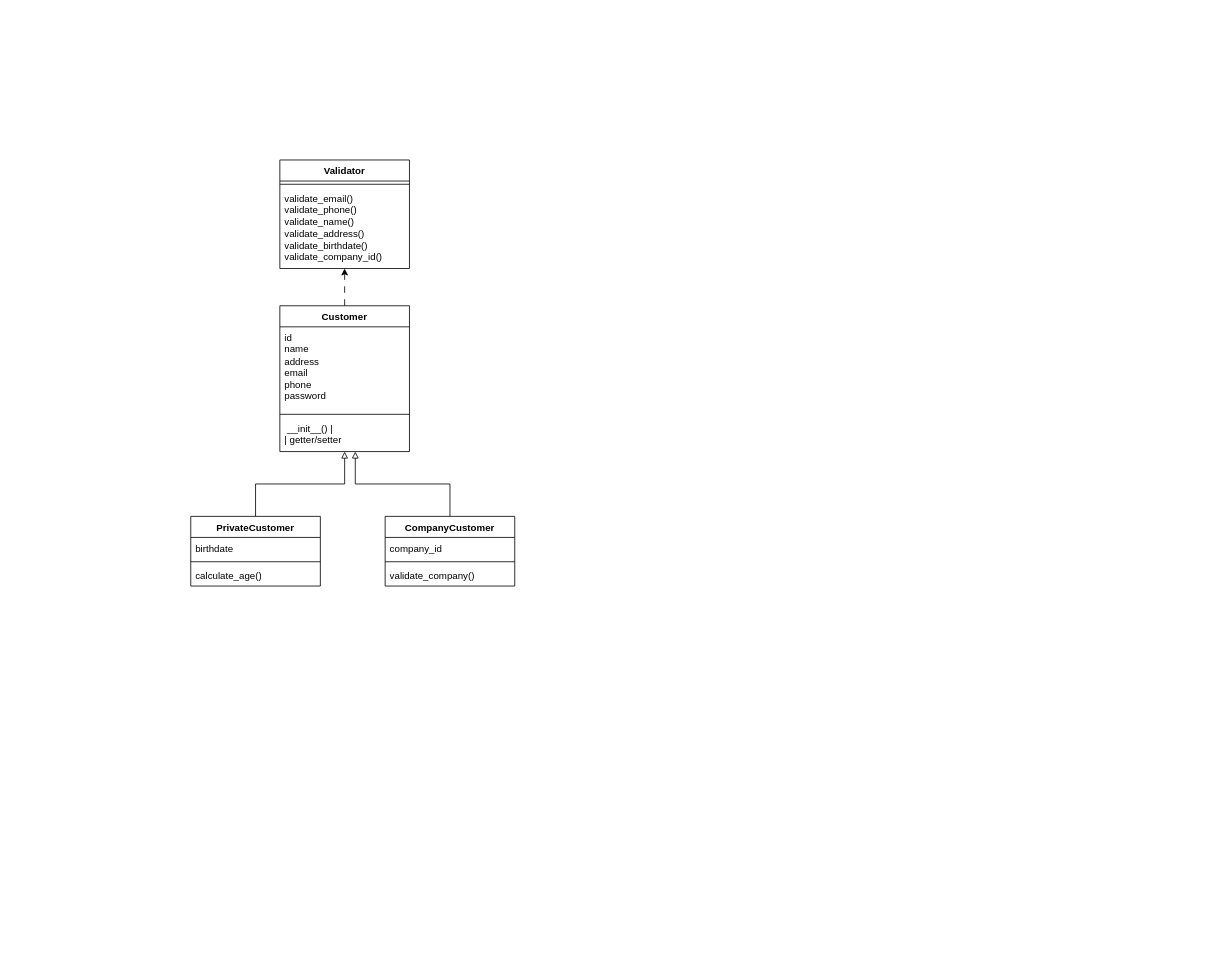
Before: warenwelt_shop/diagramms/Diagramm-Online-Shop-WarenWelt.drawio.xml in Motogna-Madalina/OOP-Python, a draw.io diagram. Source tidied: cells renumbered, new cells numbered last; positions are measured from the earlier drawing's top-left corner, leaving out a move shared by most shapes. Both pictures are drawn from the tidied source at 81%, with x=0, y=0 at pixel (190, 160).
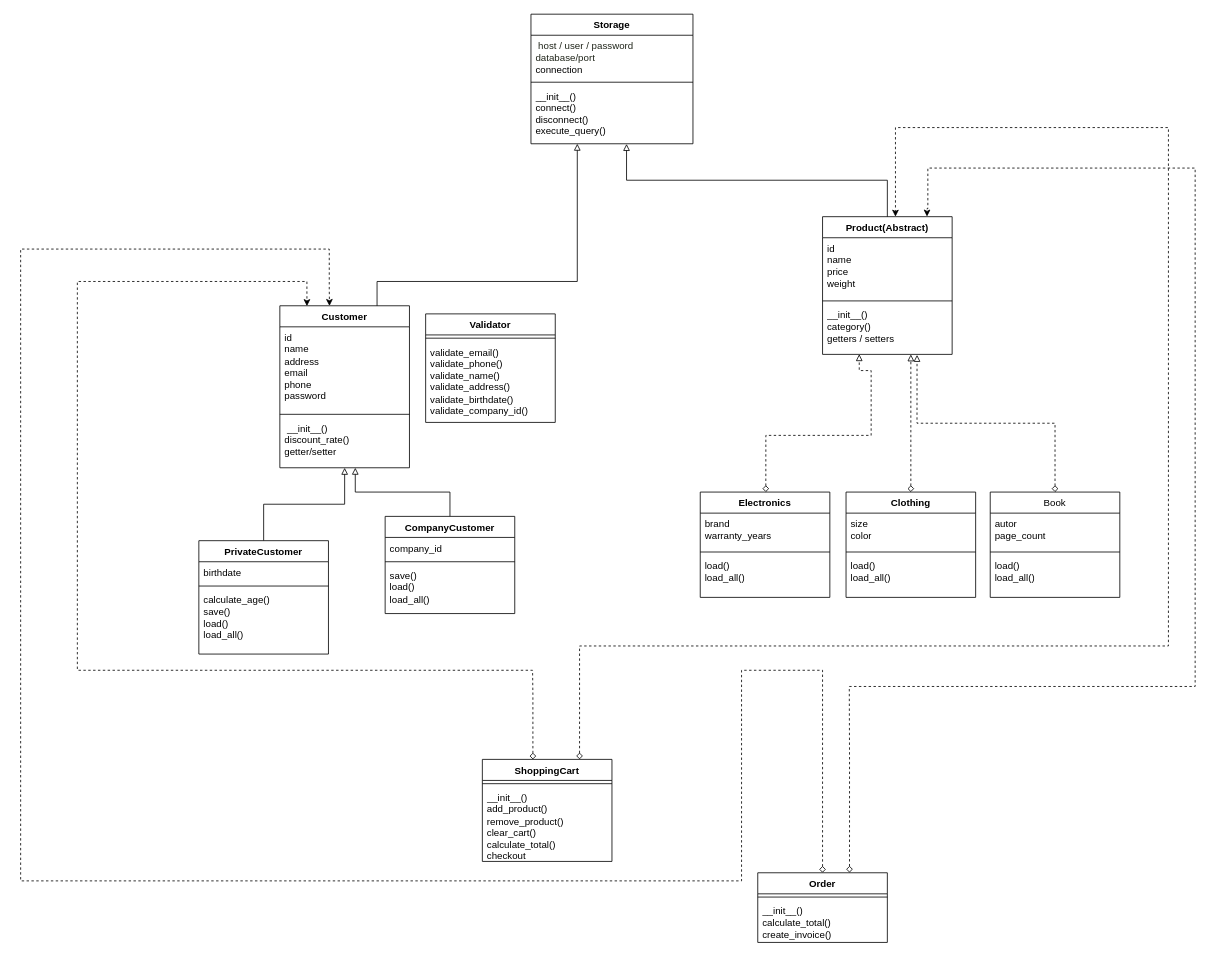
Above is the later version.

Commit message (it also covers changes not shown here):
richtige connection

Change to the diagram source:
```diff
@@
     <mxCell id="2" value="Validator" style="swimlane;fontStyle=1;align=center;verticalAlign=top;horizontal=1;startSize=26;whiteSpace=wrap;html=1;" parent="1" vertex="1">
-      <mxGeometry x="110" width="160" height="134" as="geometry" />
+      <mxGeometry x="290" y="190" width="160" height="134" as="geometry" />
     </mxCell>
@@
-    <mxCell id="7" style="edgeStyle=orthogonalEdgeStyle;rounded=0;jettySize=auto;html=1;exitX=0.5;exitY=0;exitDx=0;exitDy=0;entryX=0.5;entryY=1;entryDx=0;entryDy=0;dashed=1;dashPattern=8 8;" parent="1" edge="1" source="8" target="2">
-      <mxGeometry relative="1" as="geometry" />
-    </mxCell>
     <mxCell id="8" value="Customer" style="swimlane;fontStyle=1;align=center;verticalAlign=top;horizontal=1;startSize=26;whiteSpace=wrap;html=1;" parent="1" vertex="1">
-      <mxGeometry x="110" y="180" width="160" height="180" as="geometry" />
+      <mxGeometry x="110" y="180" width="160" height="200" as="geometry" />
     </mxCell>
@@
-    <mxCell id="11" value="&amp;nbsp;__init__()                     |&lt;br&gt;| getter/setter&amp;nbsp;" style="text;strokeColor=none;fillColor=none;align=left;verticalAlign=top;spacingLeft=4;spacingRight=4;overflow=hidden;points=[[0,0.5],[1,0.5]];portConstraint=eastwest;whiteSpace=wrap;html=1;" parent="8" vertex="1">
-      <mxGeometry y="138" width="160" height="42" as="geometry" />
+    <mxCell id="11" value="&amp;nbsp;__init__()&amp;nbsp;&lt;div&gt;discount_rate()&lt;br&gt;getter/setter&amp;nbsp;&lt;/div&gt;" style="text;strokeColor=none;fillColor=none;align=left;verticalAlign=top;spacingLeft=4;spacingRight=4;overflow=hidden;points=[[0,0.5],[1,0.5]];portConstraint=eastwest;whiteSpace=wrap;html=1;" parent="8" vertex="1">
+      <mxGeometry y="138" width="160" height="62" as="geometry" />
     </mxCell>
     <mxCell id="12" value=" PrivateCustomer" style="swimlane;fontStyle=1;align=center;verticalAlign=top;horizontal=1;startSize=26;whiteSpace=wrap;html=1;" parent="1" vertex="1">
-      <mxGeometry y="440" width="160" height="86" as="geometry" />
+      <mxGeometry x="10" y="470" width="160" height="140" as="geometry" />
     </mxCell>
@@
-    <mxCell id="15" value="calculate_age()" style="text;strokeColor=none;fillColor=none;align=left;verticalAlign=top;spacingLeft=4;spacingRight=4;overflow=hidden;whiteSpace=wrap;html=1;" parent="12" vertex="1">
-      <mxGeometry y="60" width="160" height="26" as="geometry" />
+    <mxCell id="15" value="calculate_age()&lt;div&gt;save()&lt;/div&gt;&lt;div&gt;load()&lt;/div&gt;&lt;div&gt;load_all()&lt;/div&gt;" style="text;strokeColor=none;fillColor=none;align=left;verticalAlign=top;spacingLeft=4;spacingRight=4;overflow=hidden;whiteSpace=wrap;html=1;" parent="12" vertex="1">
+      <mxGeometry y="60" width="160" height="80" as="geometry" />
     </mxCell>
     <mxCell id="16" value=" CompanyCustomer" style="swimlane;fontStyle=1;align=center;verticalAlign=top;horizontal=1;startSize=26;whiteSpace=wrap;html=1;" parent="1" vertex="1">
-      <mxGeometry x="240" y="440" width="160" height="86" as="geometry" />
+      <mxGeometry x="240" y="440" width="160" height="120" as="geometry" />
     </mxCell>
@@
-    <mxCell id="19" value="validate_company()" style="text;strokeColor=none;fillColor=none;align=left;verticalAlign=top;spacingLeft=4;spacingRight=4;overflow=hidden;whiteSpace=wrap;html=1;" parent="16" vertex="1">
-      <mxGeometry y="60" width="160" height="26" as="geometry" />
+    <mxCell id="19" value="save()&lt;div&gt;load()&lt;/div&gt;&lt;div&gt;load_all()&lt;/div&gt;" style="text;strokeColor=none;fillColor=none;align=left;verticalAlign=top;spacingLeft=4;spacingRight=4;overflow=hidden;whiteSpace=wrap;html=1;" parent="16" vertex="1">
+      <mxGeometry y="60" width="160" height="60" as="geometry" />
     </mxCell>
+    <mxCell id="20" value="Product(Abstract)" style="swimlane;fontStyle=1;align=center;verticalAlign=top;horizontal=1;startSize=26;whiteSpace=wrap;html=1;" parent="1" vertex="1">
+      <mxGeometry x="780" y="70" width="160" height="170" as="geometry" />
+    </mxCell>
+    <mxCell id="21" value="id&amp;nbsp;&lt;br&gt;name&amp;nbsp;&lt;br&gt;price&amp;nbsp;&lt;div&gt;weight&amp;nbsp;&amp;nbsp;&lt;/div&gt;" style="text;strokeColor=none;fillColor=none;align=left;verticalAlign=top;spacingLeft=4;spacingRight=4;overflow=hidden;whiteSpace=wrap;html=1;" parent="20" vertex="1">
+      <mxGeometry y="26" width="160" height="74" as="geometry" />
+    </mxCell>
+    <mxCell id="22" style="line;strokeWidth=1;fillColor=none;align=left;verticalAlign=middle;spacingTop=-1;spacingLeft=3;spacingRight=3;labelPosition=right;strokeColor=inherit;" parent="20" vertex="1">
+      <mxGeometry y="100" width="160" height="8" as="geometry" />
+    </mxCell>
+    <mxCell id="23" value="__init__()&lt;div&gt;category()&lt;/div&gt;&lt;div&gt;getters / setters&lt;/div&gt;" style="text;strokeColor=none;fillColor=none;align=left;verticalAlign=top;spacingLeft=4;spacingRight=4;overflow=hidden;points=[[0,0.5],[1,0.5]];portConstraint=eastwest;whiteSpace=wrap;html=1;" parent="20" vertex="1">
+      <mxGeometry y="108" width="160" height="62" as="geometry" />
+    </mxCell>
+    <mxCell id="24" value="Electronics" style="swimlane;fontStyle=1;align=center;verticalAlign=top;horizontal=1;startSize=26;whiteSpace=wrap;html=1;" parent="1" vertex="1">
+      <mxGeometry x="629" y="410" width="160" height="130" as="geometry" />
+    </mxCell>
+    <mxCell id="25" value="brand&lt;div&gt;warranty_years&lt;/div&gt;" style="text;strokeColor=none;fillColor=none;align=left;verticalAlign=top;spacingLeft=4;spacingRight=4;overflow=hidden;whiteSpace=wrap;html=1;" parent="24" vertex="1">
+      <mxGeometry y="26" width="160" height="44" as="geometry" />
+    </mxCell>
+    <mxCell id="26" style="line;strokeWidth=1;fillColor=none;align=left;verticalAlign=middle;spacingTop=-1;spacingLeft=3;spacingRight=3;labelPosition=right;strokeColor=inherit;" parent="24" vertex="1">
+      <mxGeometry y="70" width="160" height="8" as="geometry" />
+    </mxCell>
+    <mxCell id="27" value="load()&lt;div&gt;load_all()&lt;/div&gt;&lt;div&gt;&lt;br&gt;&lt;/div&gt;" style="text;strokeColor=none;fillColor=none;align=left;verticalAlign=top;spacingLeft=4;spacingRight=4;overflow=hidden;whiteSpace=wrap;html=1;" parent="24" vertex="1">
+      <mxGeometry y="78" width="160" height="52" as="geometry" />
+    </mxCell>
+    <mxCell id="28" value="Clothing" style="swimlane;fontStyle=1;align=center;verticalAlign=top;horizontal=1;startSize=26;whiteSpace=wrap;html=1;" parent="1" vertex="1">
+      <mxGeometry x="809" y="410" width="160" height="130" as="geometry" />
+    </mxCell>
+    <mxCell id="29" value="size&lt;div&gt;color&lt;/div&gt;" style="text;strokeColor=none;fillColor=none;align=left;verticalAlign=top;spacingLeft=4;spacingRight=4;overflow=hidden;whiteSpace=wrap;html=1;" parent="28" vertex="1">
+      <mxGeometry y="26" width="160" height="44" as="geometry" />
+    </mxCell>
+    <mxCell id="30" style="line;strokeWidth=1;fillColor=none;align=left;verticalAlign=middle;spacingTop=-1;spacingLeft=3;spacingRight=3;labelPosition=right;strokeColor=inherit;" parent="28" vertex="1">
+      <mxGeometry y="70" width="160" height="8" as="geometry" />
+    </mxCell>
+    <mxCell id="31" value="load()&lt;div&gt;load_all()&lt;/div&gt;&lt;div&gt;&lt;br&gt;&lt;/div&gt;" style="text;strokeColor=none;fillColor=none;align=left;verticalAlign=top;spacingLeft=4;spacingRight=4;overflow=hidden;whiteSpace=wrap;html=1;" parent="28" vertex="1">
+      <mxGeometry y="78" width="160" height="52" as="geometry" />
+    </mxCell>
+    <mxCell id="32" value="&lt;span style=&quot;font-weight: normal;&quot;&gt;Book&lt;/span&gt;" style="swimlane;fontStyle=1;align=center;verticalAlign=top;horizontal=1;startSize=26;whiteSpace=wrap;html=1;" parent="1" vertex="1">
+      <mxGeometry x="987" y="410" width="160" height="130" as="geometry" />
+    </mxCell>
+    <mxCell id="33" value="autor&lt;div&gt;page_count&lt;/div&gt;" style="text;strokeColor=none;fillColor=none;align=left;verticalAlign=top;spacingLeft=4;spacingRight=4;overflow=hidden;whiteSpace=wrap;html=1;" parent="32" vertex="1">
+      <mxGeometry y="26" width="160" height="44" as="geometry" />
+    </mxCell>
+    <mxCell id="34" style="line;strokeWidth=1;fillColor=none;align=left;verticalAlign=middle;spacingTop=-1;spacingLeft=3;spacingRight=3;labelPosition=right;strokeColor=inherit;" parent="32" vertex="1">
+      <mxGeometry y="70" width="160" height="8" as="geometry" />
+    </mxCell>
+    <mxCell id="35" value="load()&lt;div&gt;load_all()&lt;/div&gt;&lt;div&gt;&lt;br&gt;&lt;/div&gt;" style="text;strokeColor=none;fillColor=none;align=left;verticalAlign=top;spacingLeft=4;spacingRight=4;overflow=hidden;whiteSpace=wrap;html=1;" parent="32" vertex="1">
+      <mxGeometry y="78" width="160" height="52" as="geometry" />
+    </mxCell>
+    <mxCell id="36" style="edgeStyle=orthogonalEdgeStyle;rounded=0;jettySize=auto;html=1;exitX=0.5;exitY=0;exitDx=0;exitDy=0;endArrow=block;endFill=0;dashed=1;startArrow=diamond;startFill=0;" parent="1" edge="1" source="28" target="23">
+      <mxGeometry relative="1" as="geometry">
+        <Array as="points">
+          <mxPoint x="889" y="370" />
+          <mxPoint x="889" y="370" />
+        </Array>
+      </mxGeometry>
+    </mxCell>
+    <mxCell id="37" style="edgeStyle=orthogonalEdgeStyle;rounded=0;jettySize=auto;html=1;entryX=0.283;entryY=0.995;entryDx=0;entryDy=0;entryPerimeter=0;endArrow=block;endFill=0;dashed=1;startArrow=diamond;startFill=0;exitX=0.506;exitY=0;exitDx=0;exitDy=0;exitPerimeter=0;" parent="1" edge="1" source="24" target="23">
+      <mxGeometry relative="1" as="geometry">
+        <Array as="points">
+          <mxPoint x="710" y="340" />
+          <mxPoint x="840" y="340" />
+          <mxPoint x="840" y="260" />
+          <mxPoint x="825" y="260" />
+        </Array>
+      </mxGeometry>
+    </mxCell>
+    <mxCell id="38" style="edgeStyle=orthogonalEdgeStyle;rounded=0;jettySize=auto;html=1;exitX=0.5;exitY=0;exitDx=0;exitDy=0;entryX=0.729;entryY=1.01;entryDx=0;entryDy=0;entryPerimeter=0;endArrow=block;endFill=0;dashed=1;startArrow=diamond;startFill=0;" parent="1" edge="1" source="32" target="23">
+      <mxGeometry relative="1" as="geometry" />
+    </mxCell>
+    <mxCell id="39" value="Storage" style="swimlane;fontStyle=1;align=center;verticalAlign=top;horizontal=1;startSize=26;whiteSpace=wrap;html=1;" parent="1" vertex="1">
+      <mxGeometry x="420" y="-180" width="200" height="160" as="geometry" />
+    </mxCell>
+    <mxCell id="40" value="&lt;span style=&quot;color: rgb(31, 36, 25);&quot;&gt;&amp;nbsp;host / user / password&lt;/span&gt;&lt;div&gt;&lt;font color=&quot;#1f2419&quot;&gt;database/port&lt;br&gt;&lt;/font&gt;&lt;div&gt;connection&lt;/div&gt;&lt;/div&gt;" style="text;strokeColor=none;fillColor=none;align=left;verticalAlign=top;spacingLeft=4;spacingRight=4;overflow=hidden;whiteSpace=wrap;html=1;" parent="39" vertex="1">
+      <mxGeometry y="26" width="200" height="54" as="geometry" />
+    </mxCell>
+    <mxCell id="41" style="line;strokeWidth=1;fillColor=none;align=left;verticalAlign=middle;spacingTop=-1;spacingLeft=3;spacingRight=3;labelPosition=right;strokeColor=inherit;" parent="39" vertex="1">
+      <mxGeometry y="80" width="200" height="8" as="geometry" />
+    </mxCell>
+    <mxCell id="42" value="__init__()&lt;br&gt;                     connect()&lt;br&gt;                     disconnect()&lt;br&gt;execute_query()&lt;div&gt;&lt;br&gt;&lt;/div&gt;" style="text;strokeColor=none;fillColor=none;align=left;verticalAlign=top;spacingLeft=4;spacingRight=4;overflow=hidden;points=[[0,0.5],[1,0.5]];portConstraint=eastwest;whiteSpace=wrap;html=1;" parent="39" vertex="1">
+      <mxGeometry y="88" width="200" height="72" as="geometry" />
+    </mxCell>
+    <mxCell id="43" style="edgeStyle=orthogonalEdgeStyle;rounded=0;jettySize=auto;html=1;exitX=0.75;exitY=0;exitDx=0;exitDy=0;entryX=0.286;entryY=0.999;entryDx=0;entryDy=0;entryPerimeter=0;endArrow=block;endFill=0;" parent="1" edge="1" source="8" target="42">
+      <mxGeometry relative="1" as="geometry">
+        <Array as="points">
+          <mxPoint x="230" y="150" />
+          <mxPoint x="477" y="150" />
+        </Array>
+      </mxGeometry>
+    </mxCell>
+    <mxCell id="44" style="edgeStyle=orthogonalEdgeStyle;rounded=0;jettySize=auto;html=1;exitX=0.5;exitY=0;exitDx=0;exitDy=0;entryX=0.59;entryY=1.003;entryDx=0;entryDy=0;entryPerimeter=0;endArrow=block;endFill=0;" parent="1" edge="1" source="20" target="42">
+      <mxGeometry relative="1" as="geometry" />
+    </mxCell>
+    <mxCell id="45" value=" ShoppingCart" style="swimlane;fontStyle=1;align=center;verticalAlign=top;horizontal=1;startSize=26;whiteSpace=wrap;html=1;" parent="1" vertex="1">
+      <mxGeometry x="360" y="740" width="160" height="126" as="geometry" />
+    </mxCell>
+    <mxCell id="46" style="line;strokeWidth=1;fillColor=none;align=left;verticalAlign=middle;spacingTop=-1;spacingLeft=3;spacingRight=3;labelPosition=right;strokeColor=inherit;" parent="45" vertex="1">
+      <mxGeometry y="26" width="160" height="8" as="geometry" />
+    </mxCell>
+    <mxCell id="47" value="__init__()&lt;div&gt;add_product()&lt;div&gt;remove_product()&lt;/div&gt;&lt;div&gt;clear_cart()&lt;/div&gt;&lt;div&gt;calculate_total()&lt;/div&gt;&lt;div&gt;checkout&lt;/div&gt;&lt;/div&gt;" style="text;strokeColor=none;fillColor=none;align=left;verticalAlign=top;spacingLeft=4;spacingRight=4;overflow=hidden;whiteSpace=wrap;html=1;" parent="45" vertex="1">
+      <mxGeometry y="34" width="160" height="92" as="geometry" />
+    </mxCell>
+    <mxCell id="48" value=" Order" style="swimlane;fontStyle=1;align=center;verticalAlign=top;horizontal=1;startSize=26;whiteSpace=wrap;html=1;" parent="1" vertex="1">
+      <mxGeometry x="700" y="880" width="160" height="86" as="geometry" />
+    </mxCell>
+    <mxCell id="49" style="line;strokeWidth=1;fillColor=none;align=left;verticalAlign=middle;spacingTop=-1;spacingLeft=3;spacingRight=3;labelPosition=right;strokeColor=inherit;" parent="48" vertex="1">
+      <mxGeometry y="26" width="160" height="8" as="geometry" />
+    </mxCell>
+    <mxCell id="50" value="__init__()&lt;div&gt;calculate_total()&lt;div&gt;create_invoice()&lt;/div&gt;&lt;/div&gt;" style="text;strokeColor=none;fillColor=none;align=left;verticalAlign=top;spacingLeft=4;spacingRight=4;overflow=hidden;whiteSpace=wrap;html=1;" parent="48" vertex="1">
+      <mxGeometry y="34" width="160" height="52" as="geometry" />
+    </mxCell>
+    <mxCell id="51" style="edgeStyle=orthogonalEdgeStyle;rounded=0;jettySize=auto;html=1;startArrow=diamond;startFill=0;dashed=1;entryX=0.806;entryY=-0.001;entryDx=0;entryDy=0;entryPerimeter=0;exitX=0.708;exitY=-0.002;exitDx=0;exitDy=0;exitPerimeter=0;" parent="1" edge="1" source="48" target="20">
+      <mxGeometry relative="1" as="geometry">
+        <Array as="points">
+          <mxPoint x="813" y="740" />
+          <mxPoint x="813" y="650" />
+          <mxPoint x="1240" y="650" />
+          <mxPoint x="1240" y="10" />
+          <mxPoint x="910" y="10" />
+          <mxPoint x="910" y="60" />
+          <mxPoint x="909" y="60" />
+        </Array>
+      </mxGeometry>
+    </mxCell>
+    <mxCell id="52" style="edgeStyle=orthogonalEdgeStyle;rounded=0;jettySize=auto;html=1;exitX=0.75;exitY=0;exitDx=0;exitDy=0;startArrow=diamond;startFill=0;dashed=1;" parent="1" edge="1" source="45">
+      <mxGeometry relative="1" as="geometry">
+        <mxPoint x="870" y="70" as="targetPoint" />
+        <Array as="points">
+          <mxPoint x="480" y="600" />
+          <mxPoint x="1207" y="600" />
+          <mxPoint x="1207" y="-40" />
+          <mxPoint x="870" y="-40" />
+        </Array>
+      </mxGeometry>
+    </mxCell>
+    <mxCell id="53" style="edgeStyle=orthogonalEdgeStyle;rounded=0;jettySize=auto;html=1;dashed=1;exitX=0.39;exitY=0.001;exitDx=0;exitDy=0;exitPerimeter=0;entryX=0.209;entryY=0.002;entryDx=0;entryDy=0;entryPerimeter=0;startArrow=diamond;startFill=0;" parent="1" edge="1" source="45" target="8">
+      <mxGeometry relative="1" as="geometry">
+        <Array as="points">
+          <mxPoint x="422" y="660" />
+          <mxPoint x="422" y="660" />
+          <mxPoint x="422" y="630" />
+          <mxPoint x="-140" y="630" />
+          <mxPoint x="-140" y="150" />
+          <mxPoint x="143" y="150" />
+        </Array>
+      </mxGeometry>
+    </mxCell>
+    <mxCell id="54" style="edgeStyle=orthogonalEdgeStyle;rounded=0;jettySize=auto;html=1;dashed=1;entryX=0.383;entryY=0.001;entryDx=0;entryDy=0;entryPerimeter=0;startArrow=diamond;startFill=0;" parent="1" edge="1" source="48" target="8">
+      <mxGeometry relative="1" as="geometry">
+        <Array as="points">
+          <mxPoint x="780" y="630" />
+          <mxPoint x="680" y="630" />
+          <mxPoint x="680" y="890" />
+          <mxPoint x="-210" y="890" />
+          <mxPoint x="-210" y="110" />
+          <mxPoint x="171" y="110" />
+          <mxPoint x="171" y="160" />
+          <mxPoint x="171" y="160" />
+        </Array>
+      </mxGeometry>
+    </mxCell>
```
